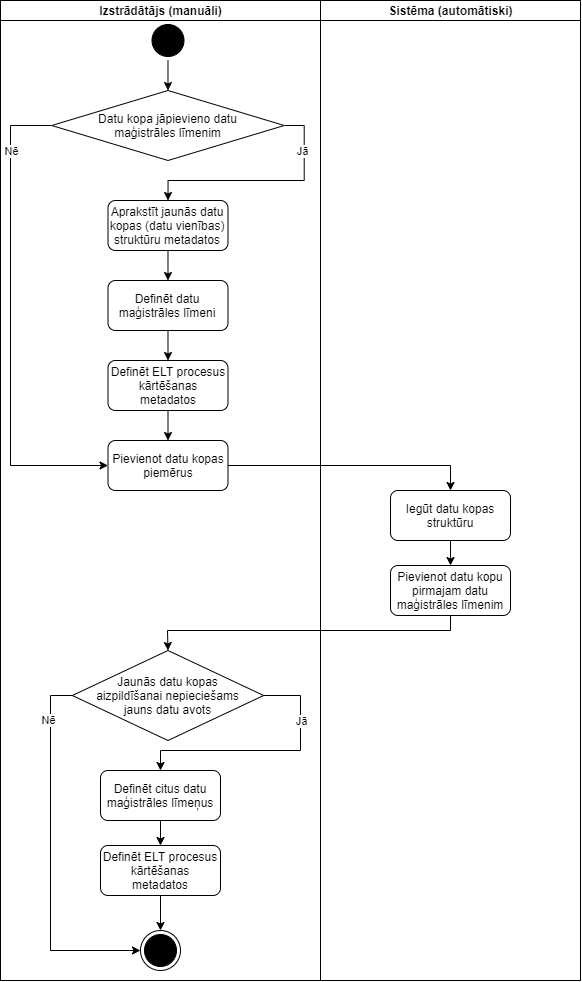
Above: schema/scenario/dset_addition.png in lllauma/heterogeneous-data-integration (draw.io), before the change. Source tidied: cells renumbered, new cells last; positions are measured from the earlier drawing's top-left corner, leaving out a move shared by most shapes.
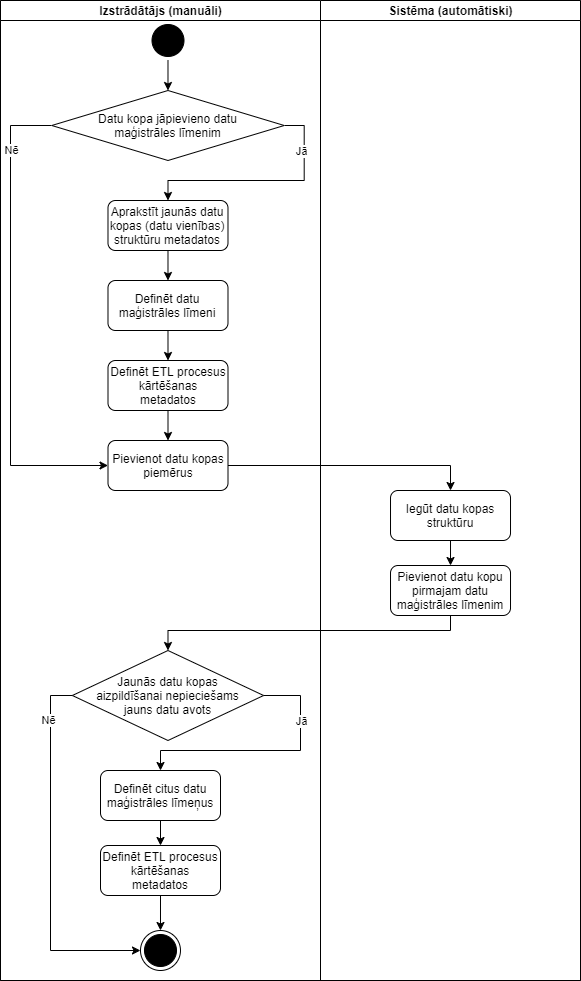
The same diagram one commit later.

Change to the diagram source:
```diff
@@ -46,7 +46,7 @@
     <mxCell id="12" style="ellipse;html=1;shape=startState;fillColor=#000000;strokeColor=#000000;" parent="3" vertex="1">
       <mxGeometry x="147.5" y="20" width="40" height="40" as="geometry" />
     </mxCell>
-    <mxCell id="13" value="Definēt ELT procesus kārtēšanas metadatos" style="rounded=1;whiteSpace=wrap;html=1;strokeColor=#000000;" parent="3" vertex="1">
+    <mxCell id="13" value="Definēt ETL procesus kārtēšanas metadatos" style="rounded=1;whiteSpace=wrap;html=1;strokeColor=#000000;" parent="3" vertex="1">
       <mxGeometry x="107.5" y="360" width="120" height="50" as="geometry" />
     </mxCell>
     <mxCell id="14" value="Definēt datu maģistrāles līmeni" style="rounded=1;whiteSpace=wrap;html=1;strokeColor=#000000;" parent="3" vertex="1">
@@ -70,7 +70,7 @@
     <mxCell id="20" style="edgeStyle=orthogonalEdgeStyle;rounded=0;jumpStyle=arc;jumpSize=10;jettySize=auto;html=1;exitX=0.5;exitY=1;exitDx=0;exitDy=0;entryX=0.5;entryY=0;entryDx=0;entryDy=0;endArrow=classic;endFill=1;endSize=6;strokeColor=#000000;" parent="3" edge="1" source="21" target="19">
       <mxGeometry relative="1" as="geometry" />
     </mxCell>
-    <mxCell id="21" value="Definēt ELT procesus kārtēšanas metadatos" style="rounded=1;whiteSpace=wrap;html=1;strokeColor=#000000;" parent="3" vertex="1">
+    <mxCell id="21" value="Definēt ETL procesus kārtēšanas metadatos" style="rounded=1;whiteSpace=wrap;html=1;strokeColor=#000000;" parent="3" vertex="1">
       <mxGeometry x="100" y="845" width="120" height="50" as="geometry" />
     </mxCell>
     <mxCell id="22" value="Definēt citus datu maģistrāles līmeņus" style="rounded=1;whiteSpace=wrap;html=1;strokeColor=#000000;" parent="3" vertex="1">
```
